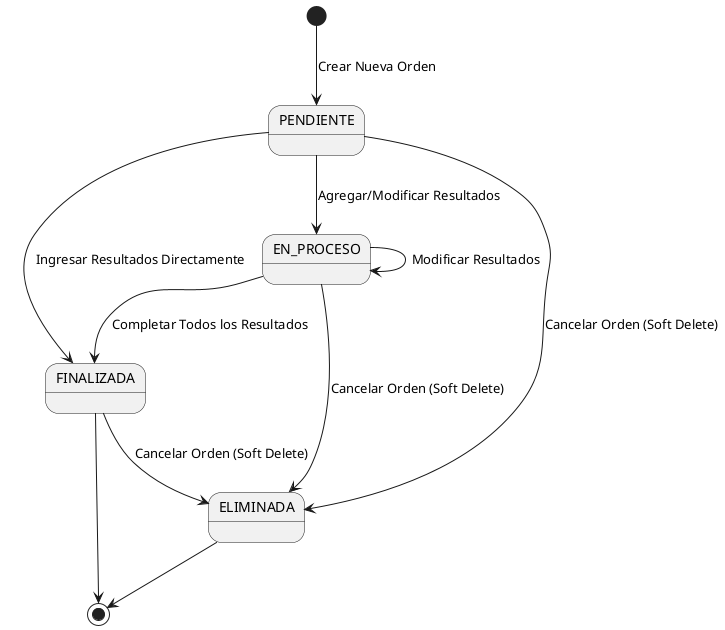
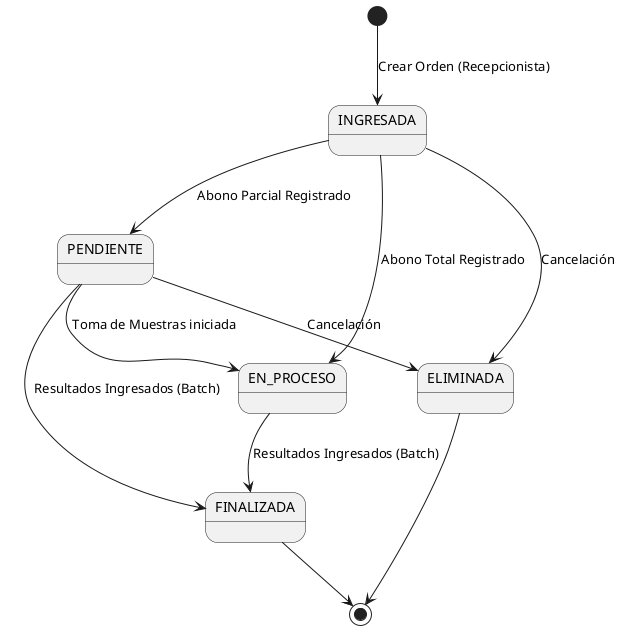
@startuml
- [*] --> PENDIENTE : Crear Nueva Orden
+ [*] --> INGRESADA : Crear Orden (Recepcionista)

- PENDIENTE --> EN_PROCESO : Agregar/Modificar Resultados
- EN_PROCESO --> EN_PROCESO : Modificar Resultados
- EN_PROCESO --> FINALIZADA : Completar Todos los Resultados
+ INGRESADA --> PENDIENTE : Abono Parcial Registrado
+ PENDIENTE --> EN_PROCESO : Toma de Muestras iniciada

- PENDIENTE --> FINALIZADA : Ingresar Resultados Directamente
+ INGRESADA --> EN_PROCESO : Abono Total Registrado
+ PENDIENTE --> FINALIZADA : Resultados Ingresados (Batch)
+ EN_PROCESO --> FINALIZADA : Resultados Ingresados (Batch)

- PENDIENTE --> ELIMINADA : Cancelar Orden (Soft Delete)
- EN_PROCESO --> ELIMINADA : Cancelar Orden (Soft Delete)
- FINALIZADA --> ELIMINADA : Cancelar Orden (Soft Delete)
+ INGRESADA --> ELIMINADA : Cancelación
+ PENDIENTE --> ELIMINADA : Cancelación

FINALIZADA --> [*]
ELIMINADA --> [*]
@enduml
